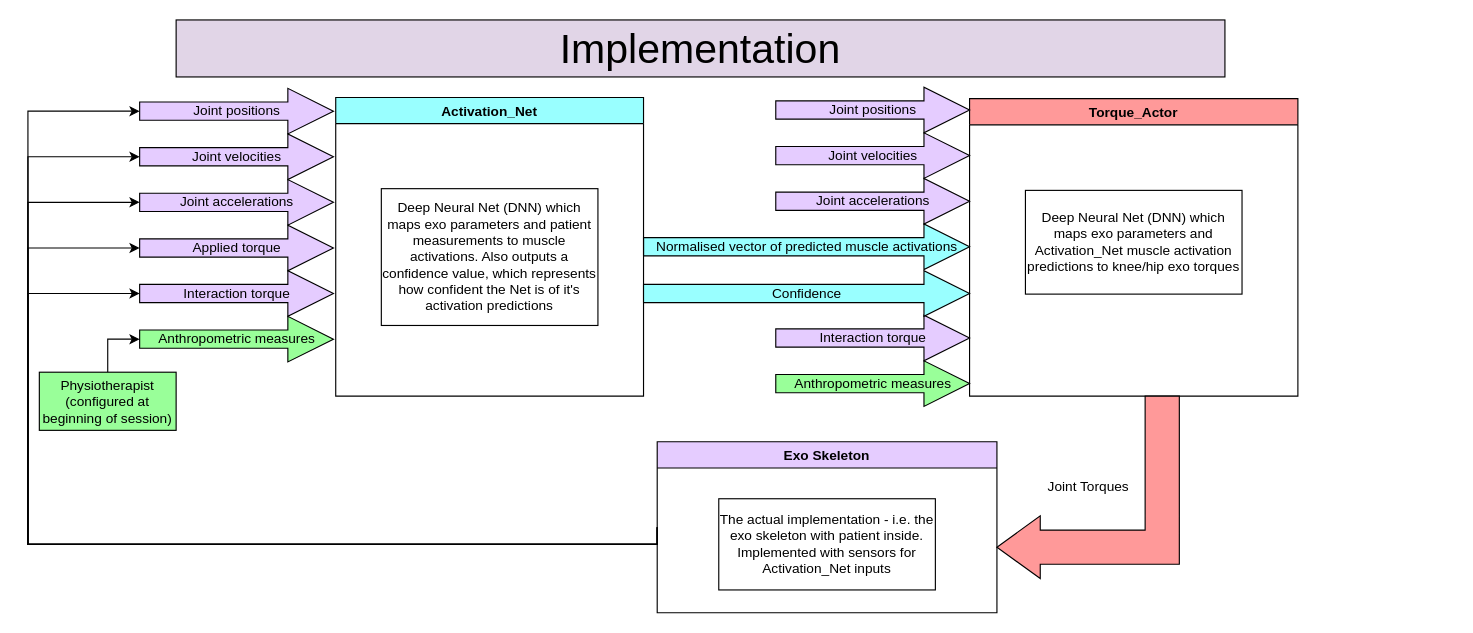
The draw.io diagram Exo_Net.drawio in LeoCain/MASS_EXO, before the edit. Source tidied: cells renumbered, new cells numbered last; positions are measured from the earlier drawing's top-left corner, leaving out a move shared by most shapes. Both pictures are drawn from the tidied source at 114%, with x=0, y=0 at pixel (27, 19).
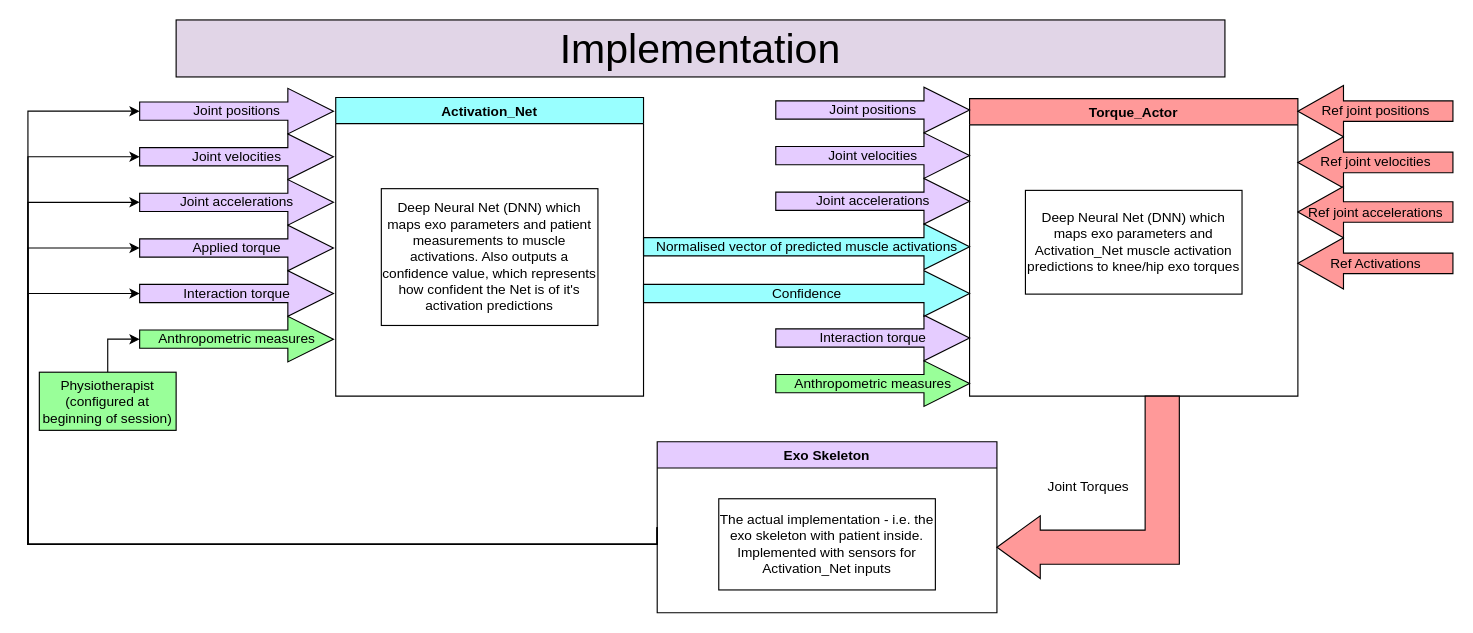
After the change.

Commit message:
added reference data to diagram

Diff of the diagram source:
```diff
@@
+    <mxCell id="30" value="Ref joint positions" style="html=1;shadow=0;dashed=0;align=center;verticalAlign=middle;shape=mxgraph.arrows2.arrow;dy=0.6;dx=40;flipH=1;notch=0;fillColor=#FF9999;" parent="1" vertex="1">
+      <mxGeometry x="1114" y="57.5" width="136" height="45" as="geometry" />
+    </mxCell>
+    <mxCell id="31" value="Ref joint velocities" style="html=1;shadow=0;dashed=0;align=center;verticalAlign=middle;shape=mxgraph.arrows2.arrow;dy=0.6;dx=40;flipH=1;notch=0;fillColor=#FF9999;" parent="1" vertex="1">
+      <mxGeometry x="1114" y="102.5" width="136" height="45" as="geometry" />
+    </mxCell>
+    <mxCell id="32" value="Ref joint accelerations" style="html=1;shadow=0;dashed=0;align=center;verticalAlign=middle;shape=mxgraph.arrows2.arrow;dy=0.6;dx=40;flipH=1;notch=0;fillColor=#FF9999;" parent="1" vertex="1">
+      <mxGeometry x="1114" y="146" width="136" height="45" as="geometry" />
+    </mxCell>
+    <mxCell id="33" value="Ref Activations" style="html=1;shadow=0;dashed=0;align=center;verticalAlign=middle;shape=mxgraph.arrows2.arrow;dy=0.6;dx=40;flipH=1;notch=0;fillColor=#FF9999;" parent="1" vertex="1">
+      <mxGeometry x="1114" y="191" width="136" height="45" as="geometry" />
+    </mxCell>
```
